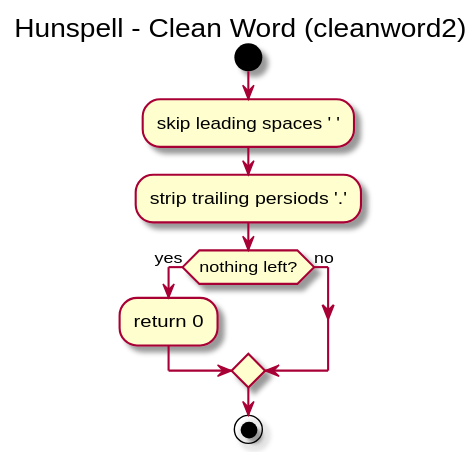
nuspell/misc-nuspell keeps this PlantUML diagram as uml/activity-diagrams/cleanword2-activity-diagram.svg. Above is the earlier version. Its source is kept beside it as uml/plantuml/cleanword2-activity-diagram.pu. Source of this version:
```plantuml
@startuml

title Hunspell - Clean Word (cleanword2)

start
:skip leading spaces ' ';
:strip trailing persiods '.';
if (nothing left?) then (yes)
	:return 0;
else (no)
endif
stop

@enduml
```
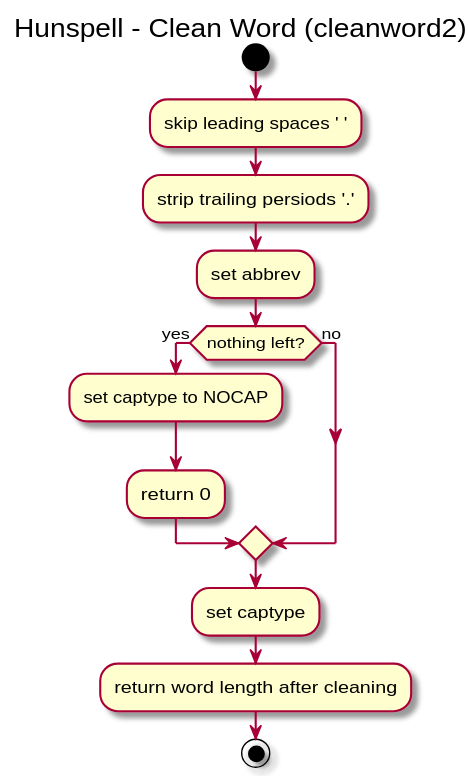
After the commit.

Change to the diagram source:
```diff
@@ -5,10 +5,14 @@
 start
 :skip leading spaces ' ';
 :strip trailing persiods '.';
+:set abbrev;
 if (nothing left?) then (yes)
+	:set captype to NOCAP;
 	:return 0;
 else (no)
 endif
+:set captype;
+:return word length after cleaning;
 stop
 
 @enduml
```
